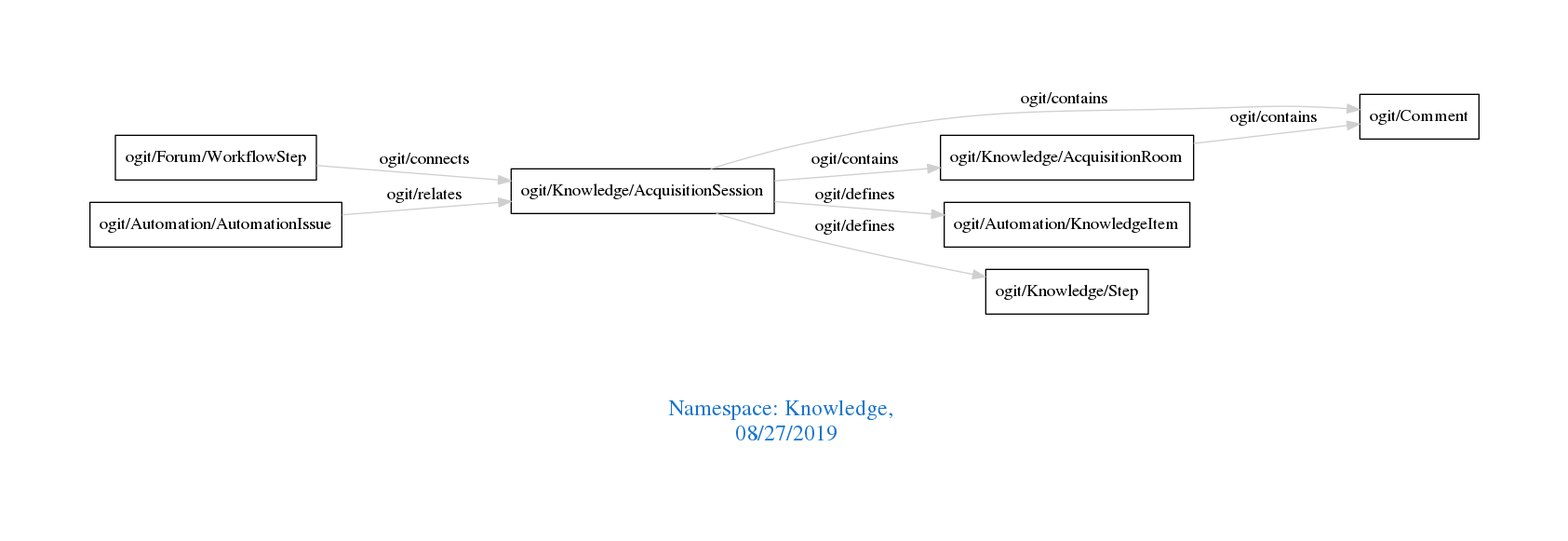
Earlier version of the Graphviz export downloads/Knowledge.png (arago/OGIT). Its source is kept beside it as downloads/Knowledge.dot.
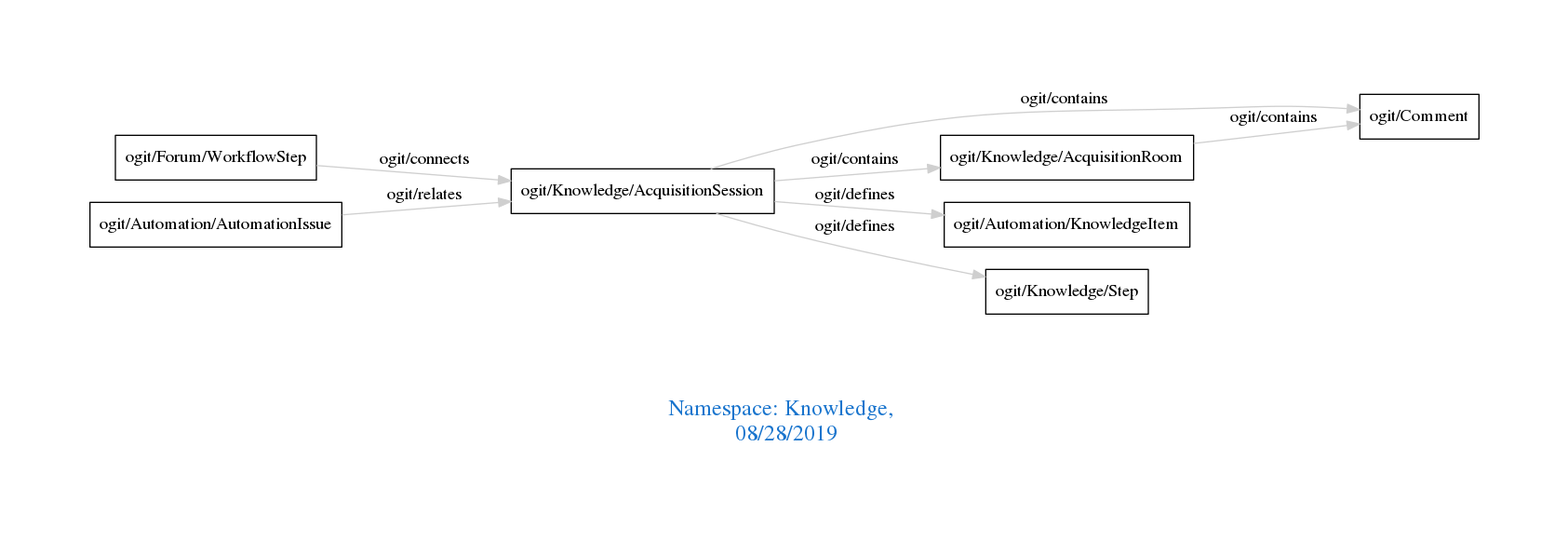
After the change.

Change to the diagram source:
```diff
@@ -1,7 +1,7 @@
 digraph OGIT_ontology {
  graph [ rankdir= LR,pad=1
 fontsize = 18,
-fontcolor= dodgerblue3,label = "\n\n\nNamespace: Knowledge, \n 08/27/2019"];
+fontcolor= dodgerblue3,label = "\n\n\nNamespace: Knowledge, \n 08/28/2019"];
 node[shape=polygon];
 edge [  color="gray81"];
 
```
